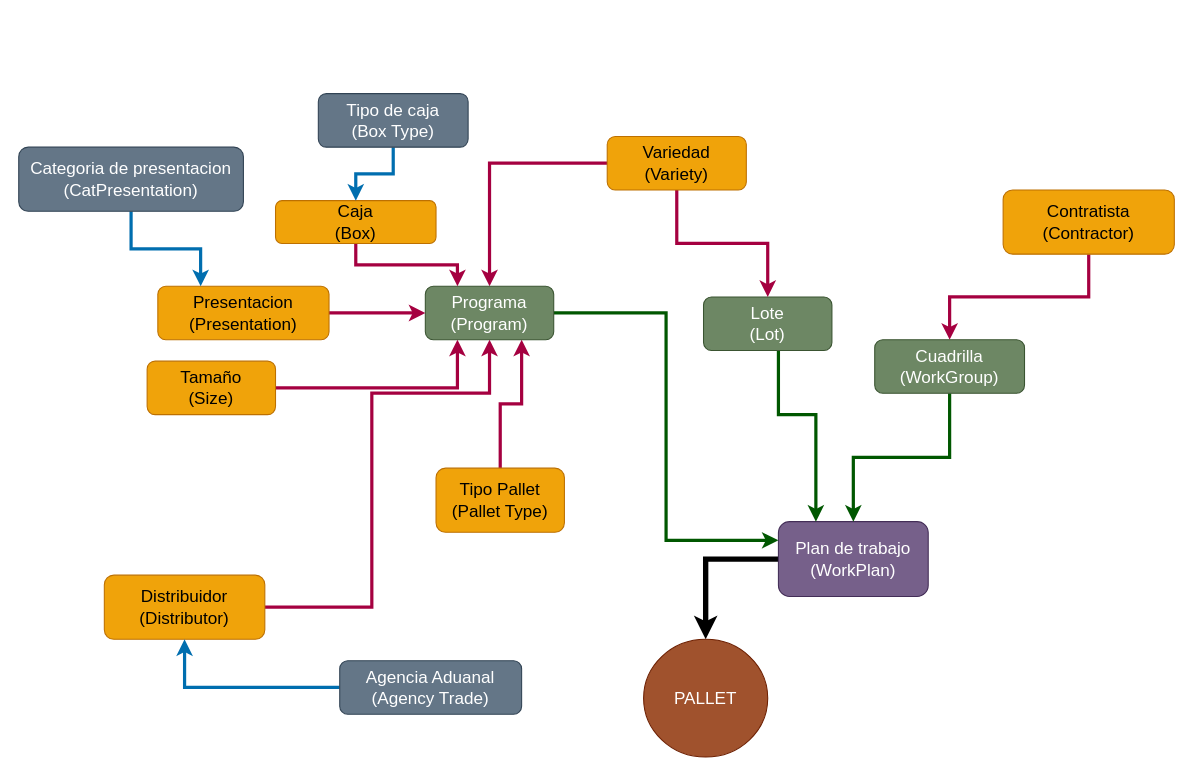
OshawkUvex/Diagrams keeps this draw.io diagram as DrawIO/Programa de empaque.drawio. Above is the earlier version. Source tidied: cells renumbered, new cells numbered last; positions are measured from the earlier drawing's top-left corner, leaving out a move shared by most shapes. Both pictures are drawn from the tidied source at 107%, with x=0, y=0 at pixel (18, 93).
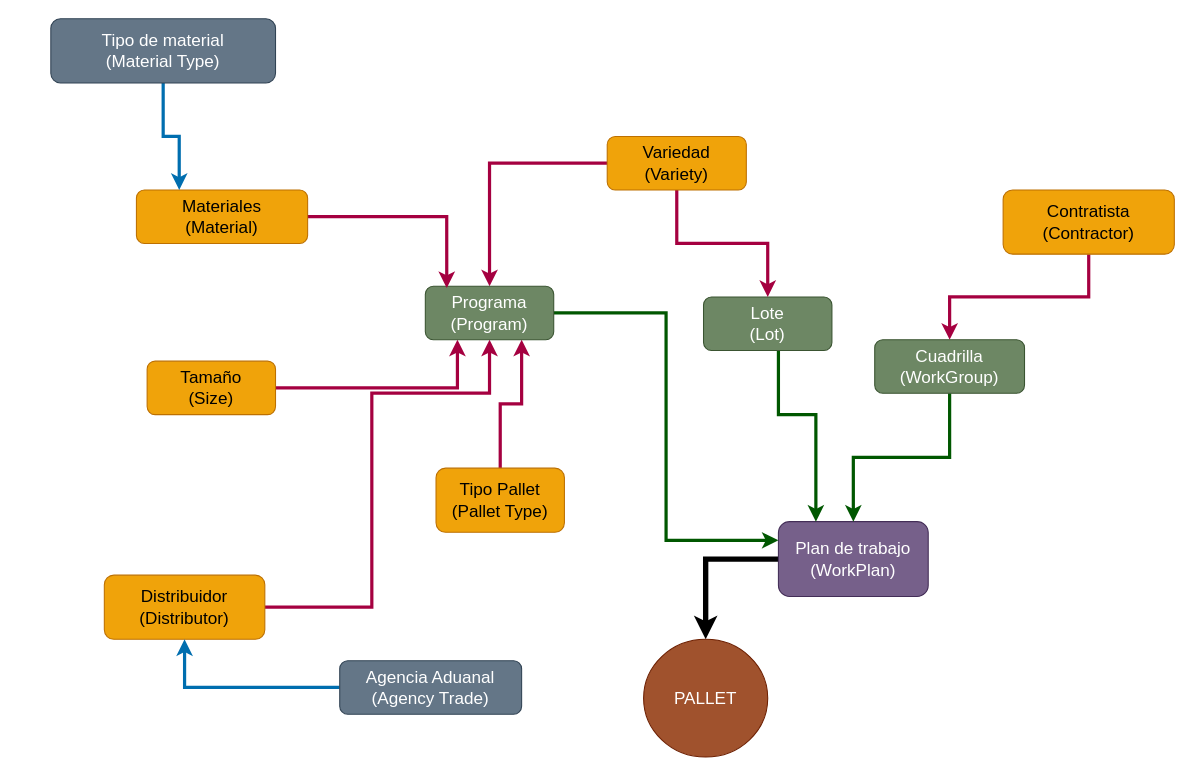
After the change.

Unchanged cells that the change refers to:
```xml
<mxCell id="15" value="Programa&lt;br style=&quot;font-size: 16px;&quot;&gt;(Program)" style="rounded=1;whiteSpace=wrap;html=1;fillColor=#6d8764;strokeColor=#3A5431;fontColor=#ffffff;fontSize=16;" parent="1" vertex="1">
  <mxGeometry x="380" y="180" width="120" height="50" as="geometry" />
</mxCell>
```

Change to the diagram source:
```diff
@@
-    <mxCell id="16" style="edgeStyle=orthogonalEdgeStyle;rounded=0;jettySize=auto;html=1;entryX=0.25;entryY=0;entryDx=0;entryDy=0;fillColor=#d80073;strokeColor=#A50040;strokeWidth=3;fontSize=16;" parent="1" edge="1" source="17" target="15">
-      <mxGeometry relative="1" as="geometry" />
-    </mxCell>
-    <mxCell id="17" value="Caja&lt;br style=&quot;font-size: 16px;&quot;&gt;(Box)" style="rounded=1;whiteSpace=wrap;html=1;fillColor=#f0a30a;fontColor=#000000;strokeColor=#BD7000;fontSize=16;" parent="1" vertex="1">
-      <mxGeometry x="240" y="100" width="150" height="40" as="geometry" />
-    </mxCell>
-    <mxCell id="18" style="edgeStyle=orthogonalEdgeStyle;rounded=0;jettySize=auto;html=1;fillColor=#d80073;strokeColor=#A50040;strokeWidth=3;fontSize=16;" parent="1" edge="1" source="19" target="15">
+    <mxCell id="18" style="edgeStyle=orthogonalEdgeStyle;rounded=0;jettySize=auto;html=1;fillColor=#d80073;strokeColor=#A50040;strokeWidth=3;fontSize=16;entryX=0.167;entryY=0.035;entryDx=0;entryDy=0;entryPerimeter=0;" parent="1" edge="1" source="19" target="15">
       <mxGeometry relative="1" as="geometry" />
     </mxCell>
-    <mxCell id="19" value="Presentacion&lt;br style=&quot;font-size: 16px;&quot;&gt;(Presentation)" style="rounded=1;whiteSpace=wrap;html=1;fillColor=#f0a30a;fontColor=#000000;strokeColor=#BD7000;fontSize=16;" parent="1" vertex="1">
-      <mxGeometry x="130" y="180" width="160" height="50" as="geometry" />
+    <mxCell id="19" value="Materiales&lt;br style=&quot;font-size: 16px;&quot;&gt;(Material)" style="rounded=1;whiteSpace=wrap;html=1;fillColor=#f0a30a;fontColor=#000000;strokeColor=#BD7000;fontSize=16;" parent="1" vertex="1">
+      <mxGeometry x="110" y="90" width="160" height="50" as="geometry" />
     </mxCell>
@@
-    <mxCell id="28" style="edgeStyle=orthogonalEdgeStyle;rounded=0;jettySize=auto;html=1;fillColor=#1ba1e2;strokeColor=#006EAF;strokeWidth=3;fontSize=16;" parent="1" edge="1" source="29" target="17">
-      <mxGeometry relative="1" as="geometry" />
-    </mxCell>
-    <mxCell id="29" value="Tipo de caja&lt;br style=&quot;font-size: 16px;&quot;&gt;(Box Type)" style="rounded=1;whiteSpace=wrap;html=1;fillColor=#647687;fontColor=#ffffff;strokeColor=#314354;fontSize=16;" parent="1" vertex="1">
-      <mxGeometry x="280" width="140" height="50" as="geometry" />
-    </mxCell>
@@
-    <mxCell id="31" value="Categoria de presentacion&lt;br style=&quot;font-size: 16px;&quot;&gt;(CatPresentation)" style="rounded=1;whiteSpace=wrap;html=1;fillColor=#647687;fontColor=#ffffff;strokeColor=#314354;fontSize=16;" parent="1" vertex="1">
-      <mxGeometry y="50" width="210" height="60" as="geometry" />
+    <mxCell id="31" value="Tipo de material&lt;br style=&quot;font-size: 16px;&quot;&gt;(Material Type)" style="rounded=1;whiteSpace=wrap;html=1;fillColor=#647687;fontColor=#ffffff;strokeColor=#314354;fontSize=16;" parent="1" vertex="1">
+      <mxGeometry x="30" y="-70" width="210" height="60" as="geometry" />
     </mxCell>
```
